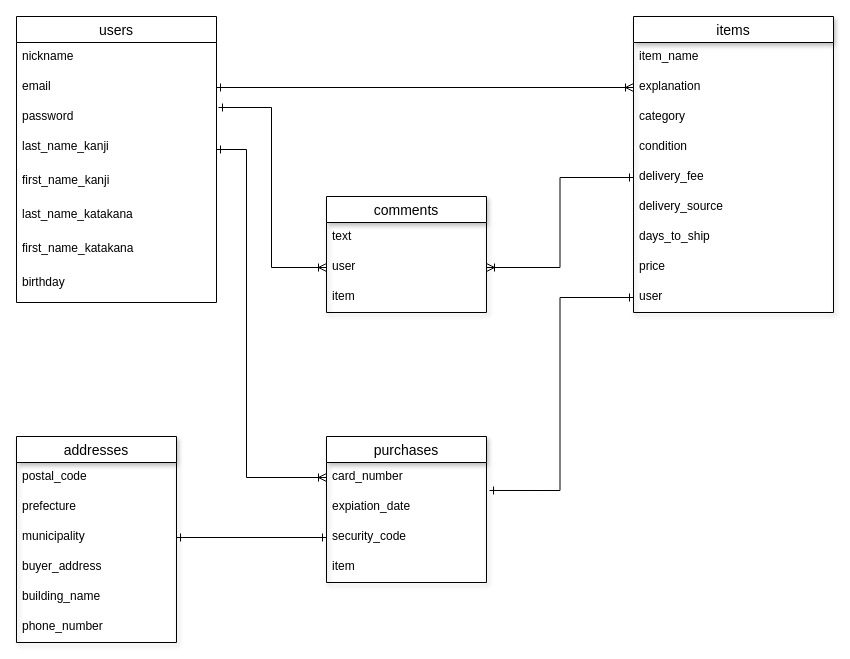
Earlier version of the draw.io diagram ER.dio (Im-Riku/furima-35036). Source tidied: cells renumbered, new cells numbered last; positions are measured from the earlier drawing's top-left corner, leaving out a move shared by most shapes. Both pictures are drawn from the tidied source at 100%, with x=0, y=0 at pixel (16, 16).
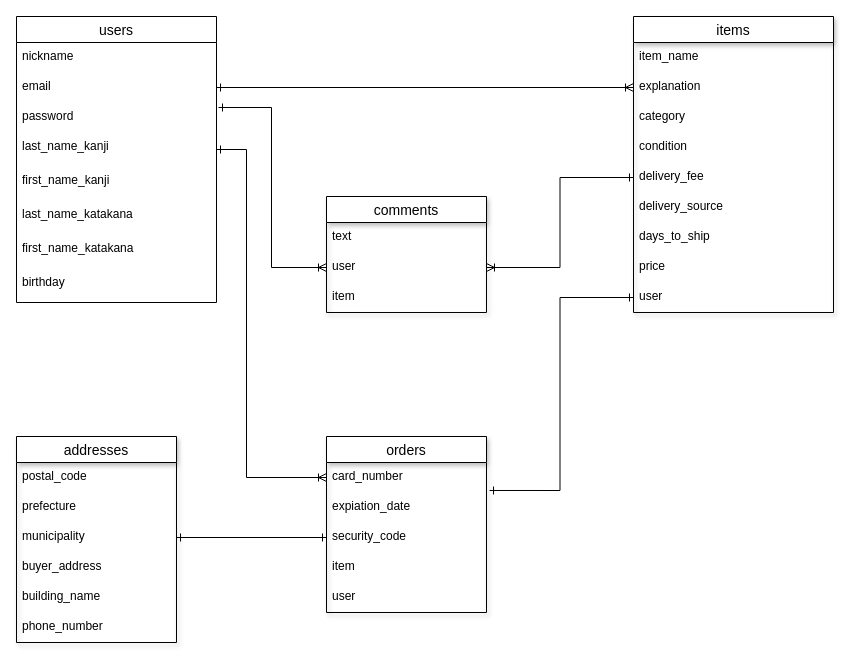
The same page after the edit.

Change to the diagram source:
```diff
@@
-    <mxCell id="28" value="purchases" style="swimlane;fontStyle=0;horizontal=1;startSize=26;align=center;fontSize=14;shadow=1;" parent="1" vertex="1">
-      <mxGeometry x="310" y="420" width="160" height="146" as="geometry" />
+    <mxCell id="28" value="orders" style="swimlane;fontStyle=0;horizontal=1;startSize=26;align=center;fontSize=14;shadow=1;" parent="1" vertex="1">
+      <mxGeometry x="310" y="420" width="160" height="176" as="geometry" />
     </mxCell>
@@
+    <mxCell id="43" value="user" style="text;strokeColor=none;fillColor=none;spacingLeft=4;spacingRight=4;overflow=hidden;fontSize=12;" parent="28" vertex="1">
+      <mxGeometry y="146" width="160" height="30" as="geometry" />
+    </mxCell>
```
